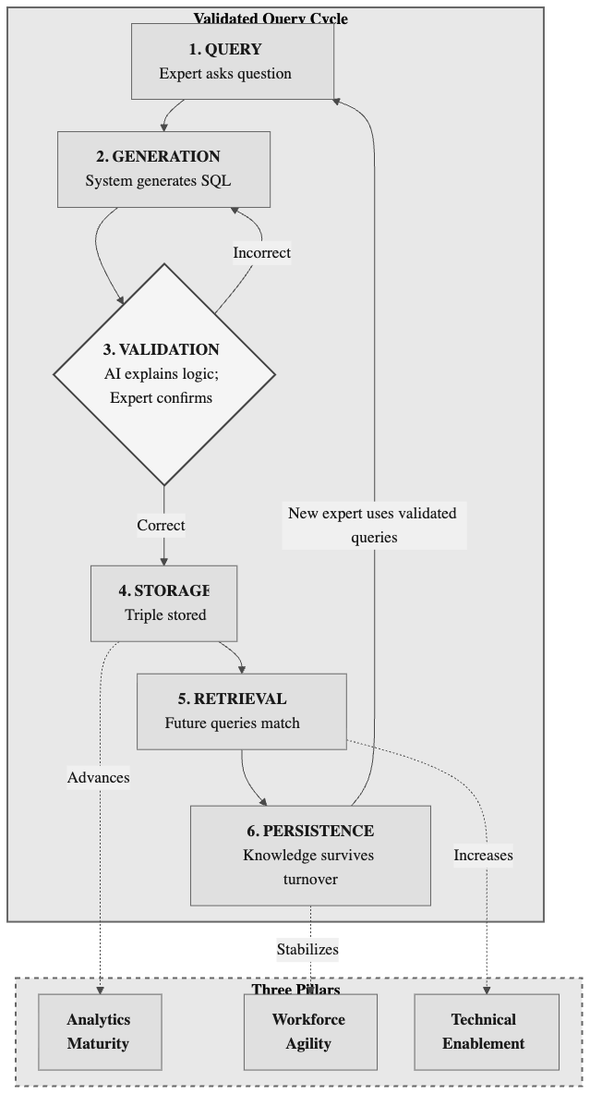
Before: figures/knowledge-cycle.mmd.png, a diagram exported from Mermaid (stharrold/yuimedi-paper-20250901). Its source is kept beside it as figures/knowledge-cycle.mmd.
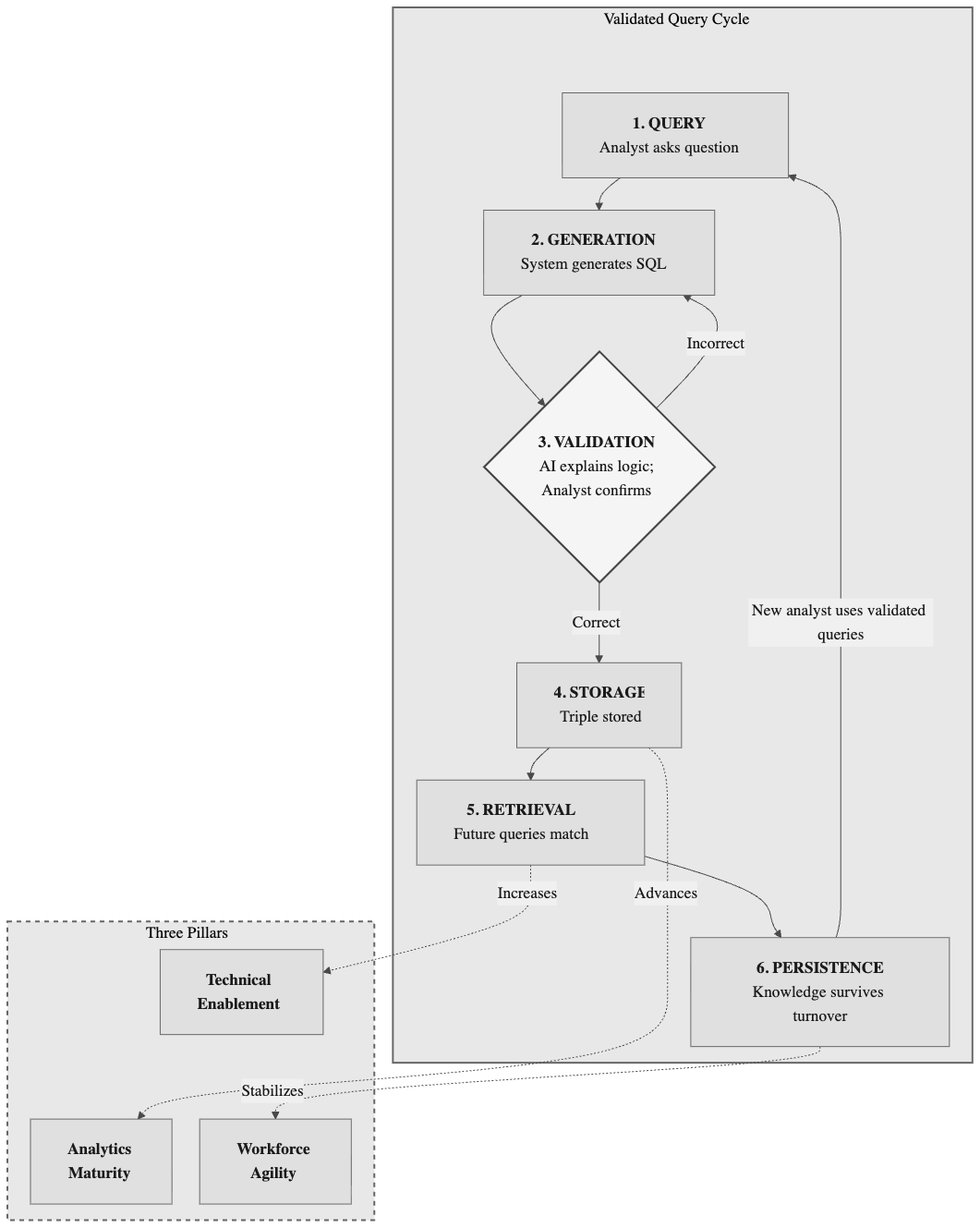
The same file after the commit.

Commit message:
fix(paper): Figure 2 use "analyst" not "expert", fix obscured subgraph titles

Diff of the diagram source:
```diff
@@ -1,17 +1,20 @@
-%%{init: {'theme': 'base', 'flowchart': {'useMaxWidth': false, 'markdownAutoWrap': false, 'nodeSpacing': 30, 'rankSpacing': 35}, 'themeVariables': { 'primaryColor': '#e0e0e0', 'primaryTextColor': '#1a1a1a', 'primaryBorderColor': '#666', 'lineColor': '#4a4a4a', 'secondaryColor': '#f0f0f0', 'tertiaryColor': '#fafafa', 'fontFamily': 'Arial, sans-serif', 'fontSize': '13pt'}}}%%
+%%{init: {'theme': 'base', 'flowchart': {'useMaxWidth': false, 'markdownAutoWrap': false, 'nodeSpacing': 30, 'rankSpacing': 35, 'padding': 20}, 'themeVariables': { 'primaryColor': '#e0e0e0', 'primaryTextColor': '#1a1a1a', 'primaryBorderColor': '#666', 'lineColor': '#4a4a4a', 'secondaryColor': '#f0f0f0', 'tertiaryColor': '#fafafa', 'fontFamily': 'Arial, sans-serif', 'fontSize': '13pt'}}}%%
 flowchart TB
 
-    subgraph CYCLE["<b>Validated Query Cycle</b>"]
-        Q["<b>1. QUERY</b><br/>Expert asks question"]
+    subgraph CYCLE["Validated Query Cycle"]
+        direction TB
+        CYCLE_PAD[ ] ~~~ Q
+        Q["<b>1. QUERY</b><br/>Analyst asks question"]
         G["<b>2. GENERATION</b><br/>System generates SQL"]
-        V{"<b>3. VALIDATION</b><br/>AI explains logic;<br/>Expert confirms"}
+        V{"<b>3. VALIDATION</b><br/>AI explains logic;<br/>Analyst confirms"}
         S["<b>4. STORAGE</b><br/>Triple stored"]
         R["<b>5. RETRIEVAL</b><br/>Future queries match"]
         P["<b>6. PERSISTENCE</b><br/>Knowledge survives turnover"]
     end
 
-    subgraph PILLARS["<b>Three Pillars</b>"]
+    subgraph PILLARS["Three Pillars"]
         direction LR
+        PILLARS_PAD[ ] ~~~ M
         M["<b>Analytics<br/>Maturity</b>"]
         T["<b>Workforce<br/>Agility</b>"]
         B["<b>Technical<br/>Enablement</b>"]
@@ -20,7 +23,7 @@
     Q --> G --> V
     V -->|"Correct"| S --> R --> P
     V -->|"Incorrect"| G
-    P -->|"New expert uses validated queries"| Q
+    P -->|"New analyst uses validated queries"| Q
 
     S -.->|"Advances"| M
     P -.->|"Stabilizes"| T
@@ -29,6 +32,8 @@
     classDef group fill:#e8e8e8,stroke:#666,stroke-width:2px
     classDef dashedGroup fill:#e8e8e8,stroke:#666,stroke-width:2px,stroke-dasharray:5 5
     classDef decision fill:#f5f5f5,stroke:#444,stroke-width:2px
+    classDef invisible fill:none,stroke:none,color:transparent
     class CYCLE group
     class PILLARS dashedGroup
     class V decision
+    class CYCLE_PAD,PILLARS_PAD invisible
```
